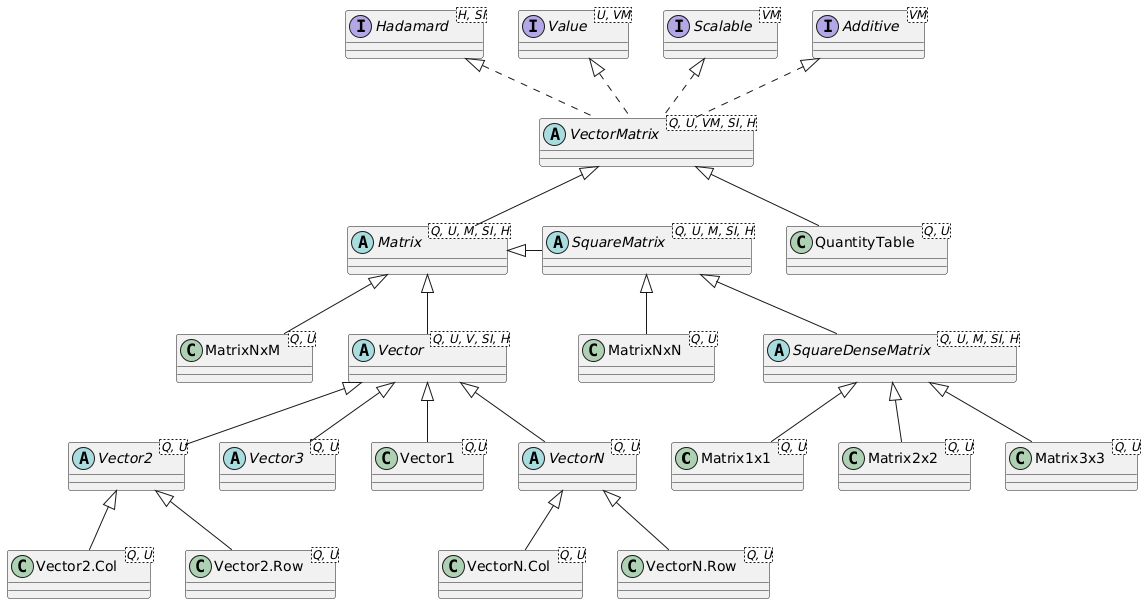
Above: docs/images/vector-matrix.png in averbraeck/djunits (PlantUML), before the change.
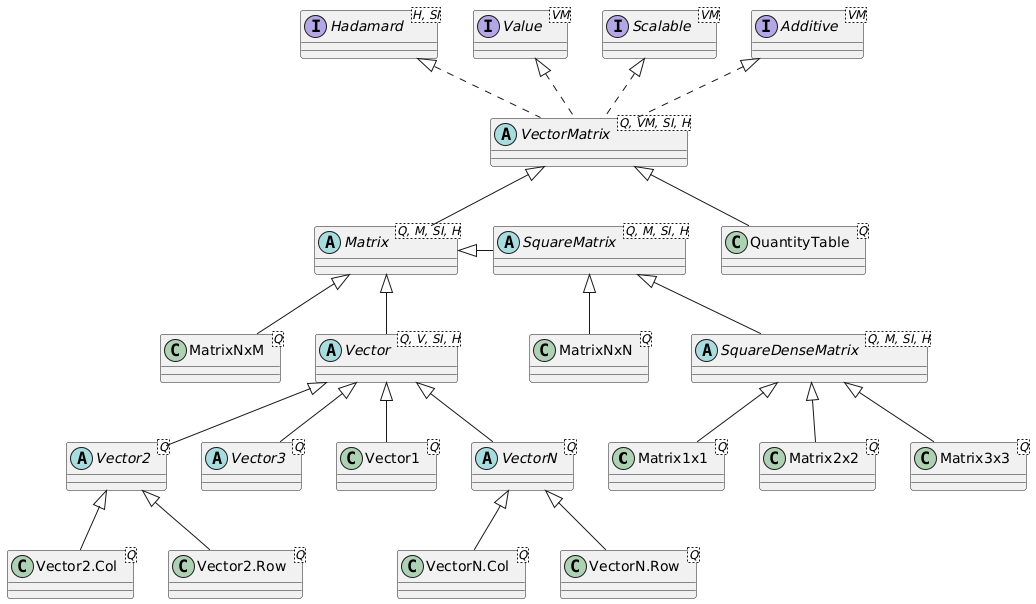
After the change.

Commit message:
Issue #127. Update class diagrams for <Q> instead of <Q, U>

The edit, as a diff of the source:
```diff
@@ -1,27 +1,27 @@
 @startuml
-class Matrix1x1<Q, U>
-class Matrix2x2<Q, U>
-class Matrix3x3<Q, U>
-class MatrixNxN<Q, U>
-class MatrixNxM<Q, U>
-abstract class Vector2<Q, U>
-abstract class Vector3<Q, U>
-class Vector1<Q,U>
-class "Vector2.Col<Q, U>" as V2Col
-class "Vector2.Row<Q, U>" as V2Row
-class "VectorN.Col<Q, U>" as VNCol
-class "VectorN.Row<Q, U>" as VNRow
-abstract class VectorN<Q, U>
-class QuantityTable<Q, U>
+class Matrix1x1<Q>
+class Matrix2x2<Q>
+class Matrix3x3<Q>
+class MatrixNxN<Q>
+class MatrixNxM<Q>
+abstract class Vector2<Q>
+abstract class Vector3<Q>
+class Vector1<Q>
+class "Vector2.Col<Q>" as V2Col
+class "Vector2.Row<Q>" as V2Row
+class "VectorN.Col<Q>" as VNCol
+class "VectorN.Row<Q>" as VNRow
+abstract class VectorN<Q>
+class QuantityTable<Q>
 
-abstract class VectorMatrix<Q, U, VM, SI, H>
-abstract class Matrix<Q, U, M, SI, H>
-abstract class Vector<Q, U, V, SI, H>
-abstract class SquareMatrix<Q, U, M, SI, H>
-abstract class SquareDenseMatrix<Q, U, M, SI, H>
+abstract class VectorMatrix<Q, VM, SI, H>
+abstract class Matrix<Q, M, SI, H>
+abstract class Vector<Q, V, SI, H>
+abstract class SquareMatrix<Q, M, SI, H>
+abstract class SquareDenseMatrix<Q, M, SI, H>
 
 interface Hadamard<H, SI>
-interface Value<U, VM>
+interface Value<VM>
 interface Scalable<VM>
 interface Additive<VM>
 
```
